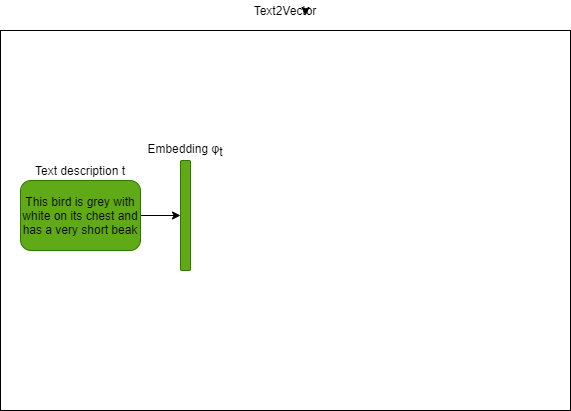
This is models/Network.png from KJ-black/DLP_Project_S_IntroVAE, a draw.io export, as it was before one commit. Source tidied: cells renumbered, new cells last; positions are measured from the earlier drawing's top-left corner, leaving out a move shared by most shapes. The source it was exported from:
```xml
<mxGraphModel>
  <root>
    <mxCell id="0" />
    <mxCell id="1" parent="0" />
    <mxCell id="2" style="rounded=0;whiteSpace=wrap;html=1;" parent="1" vertex="1">
      <mxGeometry y="30" width="570" height="380" as="geometry" />
    </mxCell>
    <mxCell id="3" value="&lt;font style=&quot;font-size: 12px&quot;&gt;Text2Vector&lt;/font&gt;" style="text;html=1;strokeColor=none;fillColor=none;align=center;verticalAlign=middle;whiteSpace=wrap;rounded=0;" parent="1" vertex="1">
      <mxGeometry x="265" width="40" height="20" as="geometry" />
    </mxCell>
    <mxCell id="4" style="edgeStyle=orthogonalEdgeStyle;rounded=0;jettySize=auto;html=1;" parent="1" edge="1" source="5" target="8">
      <mxGeometry relative="1" as="geometry" />
    </mxCell>
    <mxCell id="5" value="&lt;font color=&quot;#000000&quot;&gt;This bird is grey with white on its chest and has a very short beak&lt;/font&gt;" style="rounded=1;whiteSpace=wrap;html=1;fillColor=#60a917;strokeColor=#2D7600;fontColor=#ffffff;strokeWidth=0;" parent="1" vertex="1">
      <mxGeometry x="20" y="180" width="120" height="70" as="geometry" />
    </mxCell>
    <mxCell id="6" style="edgeStyle=orthogonalEdgeStyle;rounded=0;orthogonalLoop=1;jettySize=auto;html=1;exitX=1;exitY=0.5;exitDx=0;exitDy=0;entryX=1;entryY=0.75;entryDx=0;entryDy=0;" parent="1" edge="1" source="3" target="3">
      <mxGeometry relative="1" as="geometry" />
    </mxCell>
    <mxCell id="7" value="&lt;font style=&quot;font-size: 12px&quot;&gt;Text description t&lt;/font&gt;" style="text;html=1;strokeColor=none;fillColor=none;align=center;verticalAlign=middle;whiteSpace=wrap;rounded=0;" parent="1" vertex="1">
      <mxGeometry x="30" y="160" width="100" height="20" as="geometry" />
    </mxCell>
    <mxCell id="8" style="rounded=1;whiteSpace=wrap;html=1;fillColor=#60a917;strokeColor=#2D7600;fontColor=#ffffff;strokeWidth=0;" parent="1" vertex="1">
      <mxGeometry x="180" y="160" width="10" height="110" as="geometry" />
    </mxCell>
    <mxCell id="9" value="&lt;font style=&quot;font-size: 12px&quot;&gt;Embedding φ&lt;sub&gt;t&lt;/sub&gt;&lt;/font&gt;" style="text;html=1;strokeColor=none;fillColor=none;align=center;verticalAlign=middle;whiteSpace=wrap;rounded=0;" parent="1" vertex="1">
      <mxGeometry x="135" y="140" width="100" height="20" as="geometry" />
    </mxCell>
  </root>
</mxGraphModel>
```
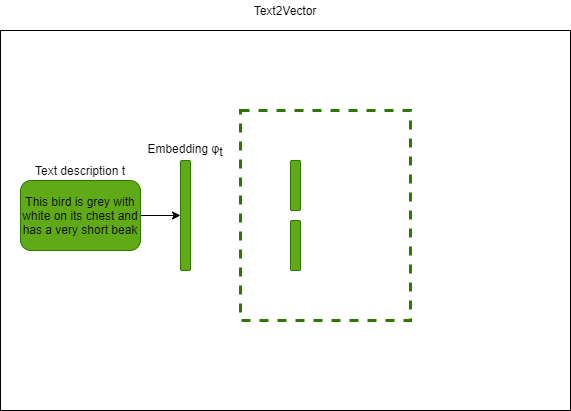
Later version of the same file.

What changed in the source:
```diff
@@ -14,9 +14,6 @@
     <mxCell id="5" value="&lt;font color=&quot;#000000&quot;&gt;This bird is grey with white on its chest and has a very short beak&lt;/font&gt;" style="rounded=1;whiteSpace=wrap;html=1;fillColor=#60a917;strokeColor=#2D7600;fontColor=#ffffff;strokeWidth=0;" parent="1" vertex="1">
       <mxGeometry x="20" y="180" width="120" height="70" as="geometry" />
     </mxCell>
-    <mxCell id="6" style="edgeStyle=orthogonalEdgeStyle;rounded=0;orthogonalLoop=1;jettySize=auto;html=1;exitX=1;exitY=0.5;exitDx=0;exitDy=0;entryX=1;entryY=0.75;entryDx=0;entryDy=0;" parent="1" edge="1" source="3" target="3">
-      <mxGeometry relative="1" as="geometry" />
-    </mxCell>
     <mxCell id="7" value="&lt;font style=&quot;font-size: 12px&quot;&gt;Text description t&lt;/font&gt;" style="text;html=1;strokeColor=none;fillColor=none;align=center;verticalAlign=middle;whiteSpace=wrap;rounded=0;" parent="1" vertex="1">
       <mxGeometry x="30" y="160" width="100" height="20" as="geometry" />
     </mxCell>
@@ -26,5 +23,14 @@
     <mxCell id="9" value="&lt;font style=&quot;font-size: 12px&quot;&gt;Embedding φ&lt;sub&gt;t&lt;/sub&gt;&lt;/font&gt;" style="text;html=1;strokeColor=none;fillColor=none;align=center;verticalAlign=middle;whiteSpace=wrap;rounded=0;" parent="1" vertex="1">
       <mxGeometry x="135" y="140" width="100" height="20" as="geometry" />
     </mxCell>
+    <mxCell id="10" style="rounded=0;whiteSpace=wrap;html=1;strokeWidth=3;strokeColor=#2D7600;dashed=1;" parent="1" vertex="1">
+      <mxGeometry x="240" y="110" width="170" height="210" as="geometry" />
+    </mxCell>
+    <mxCell id="11" style="rounded=1;whiteSpace=wrap;html=1;fillColor=#60a917;strokeColor=#2D7600;fontColor=#ffffff;strokeWidth=0;" parent="1" vertex="1">
+      <mxGeometry x="290" y="160" width="10" height="50" as="geometry" />
+    </mxCell>
+    <mxCell id="12" style="rounded=1;whiteSpace=wrap;html=1;fillColor=#60a917;strokeColor=#2D7600;fontColor=#ffffff;strokeWidth=0;" parent="1" vertex="1">
+      <mxGeometry x="290" y="220" width="10" height="50" as="geometry" />
+    </mxCell>
   </root>
 </mxGraphModel>
```
